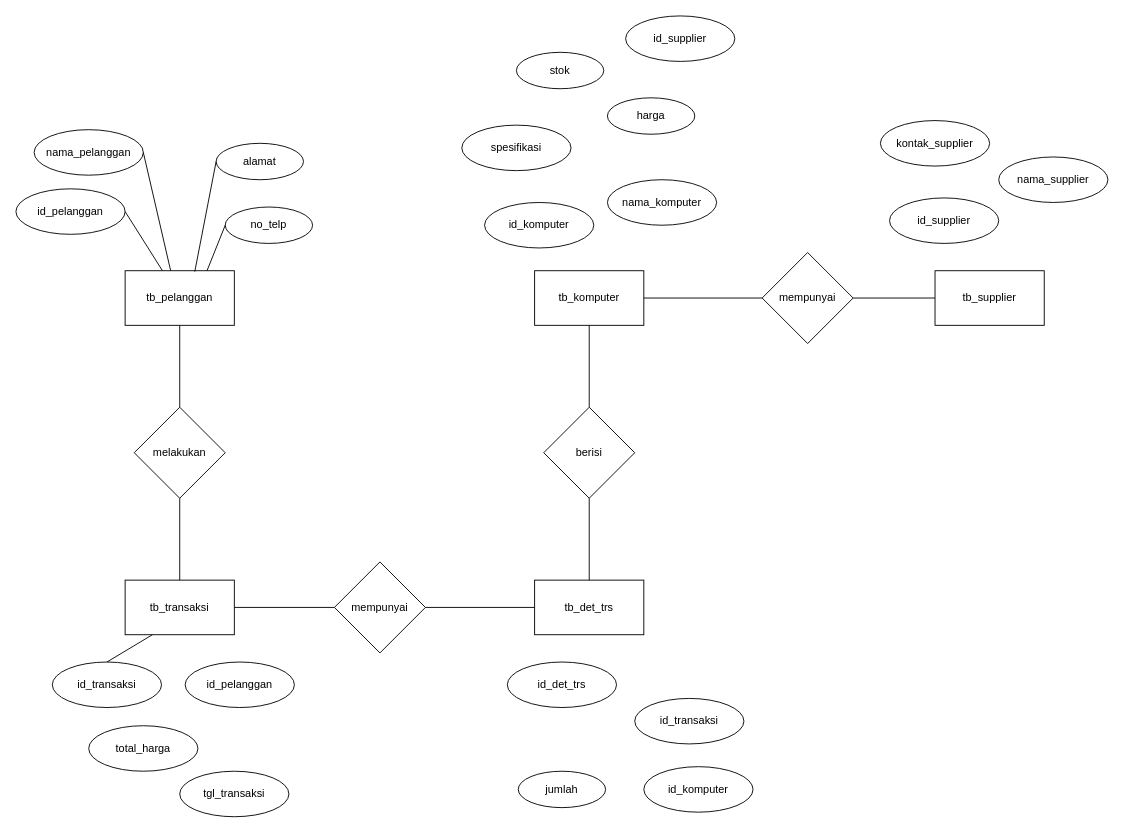
Above: ERD_BaliKomputer.drawio in elikawicaksana/BuildIT_BasisData (draw.io), before the change. Source tidied: cells renumbered, new cells numbered last; positions are measured from the earlier drawing's top-left corner, leaving out a move shared by most shapes. Both pictures are drawn from the tidied source at 91%, with x=0, y=0 at pixel (15, 15).
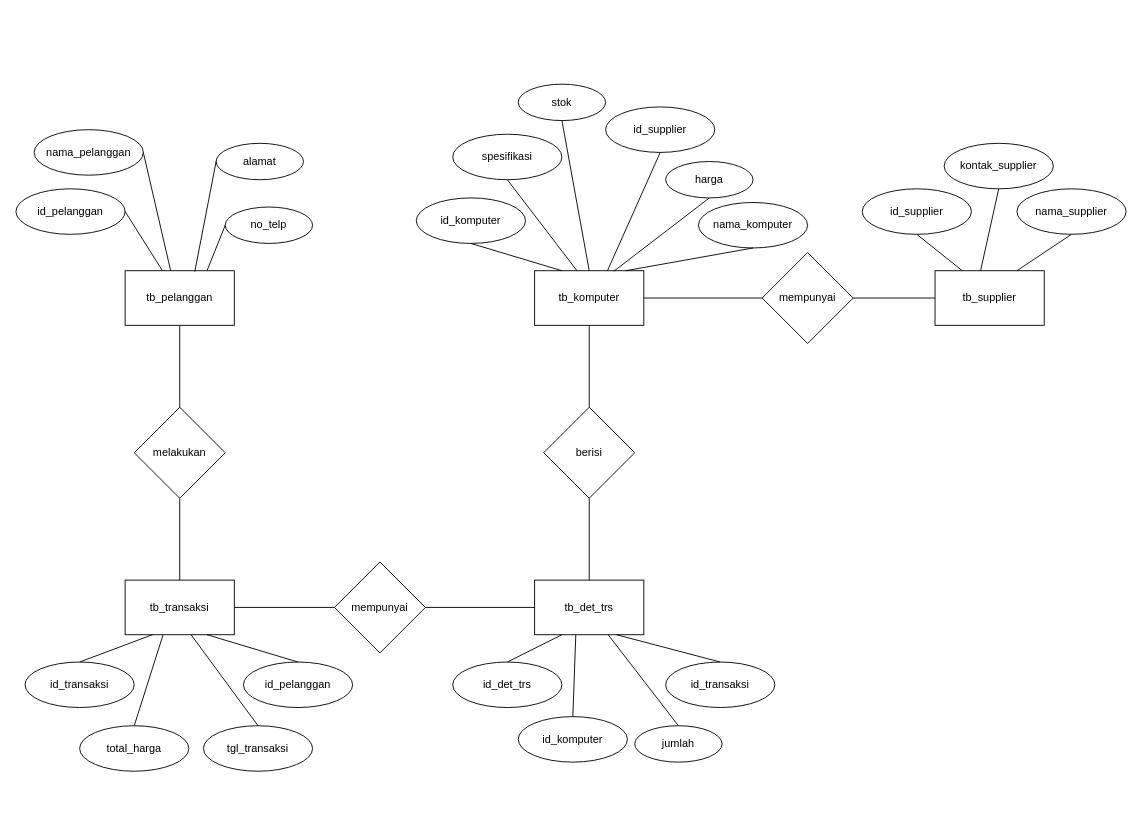
The same diagram, later.

Unchanged cells that the change refers to:
```xml
<mxCell id="3" value="tb_komputer" style="rounded=0;whiteSpace=wrap;html=1;" parent="1" vertex="1">
  <mxGeometry x="570" y="280" width="120" height="60" as="geometry" />
</mxCell>
<mxCell id="4" value="tb_transaksi" style="rounded=0;whiteSpace=wrap;html=1;" parent="1" vertex="1">
  <mxGeometry x="120" y="620" width="120" height="60" as="geometry" />
</mxCell>
<mxCell id="5" value="tb_det_trs" style="rounded=0;whiteSpace=wrap;html=1;" parent="1" vertex="1">
  <mxGeometry x="570" y="620" width="120" height="60" as="geometry" />
</mxCell>
<mxCell id="6" value="tb_supplier" style="rounded=0;whiteSpace=wrap;html=1;" parent="1" vertex="1">
  <mxGeometry x="1010" y="280" width="120" height="60" as="geometry" />
</mxCell>
```

The edit, as a diff of the source:
```diff
@@
     <mxCell id="23" value="id_transaksi" style="ellipse;whiteSpace=wrap;html=1;" parent="1" vertex="1">
-      <mxGeometry x="40" y="710" width="120" height="50" as="geometry" />
+      <mxGeometry x="10" y="710" width="120" height="50" as="geometry" />
     </mxCell>
     <mxCell id="24" value="id_pelanggan" style="ellipse;whiteSpace=wrap;html=1;" parent="1" vertex="1">
-      <mxGeometry x="186" y="710" width="120" height="50" as="geometry" />
+      <mxGeometry x="250" y="710" width="120" height="50" as="geometry" />
     </mxCell>
     <mxCell id="25" value="total_harga" style="ellipse;whiteSpace=wrap;html=1;" parent="1" vertex="1">
-      <mxGeometry x="80" y="780" width="120" height="50" as="geometry" />
+      <mxGeometry x="70" y="780" width="120" height="50" as="geometry" />
     </mxCell>
     <mxCell id="26" value="tgl_transaksi" style="ellipse;whiteSpace=wrap;html=1;" parent="1" vertex="1">
-      <mxGeometry x="180" y="830" width="120" height="50" as="geometry" />
+      <mxGeometry x="206" y="780" width="120" height="50" as="geometry" />
     </mxCell>
     <mxCell id="27" value="id_transaksi" style="ellipse;whiteSpace=wrap;html=1;" parent="1" vertex="1">
-      <mxGeometry x="680" y="750" width="120" height="50" as="geometry" />
+      <mxGeometry x="714" y="710" width="120" height="50" as="geometry" />
     </mxCell>
     <mxCell id="28" value="id_det_trs" style="ellipse;whiteSpace=wrap;html=1;" parent="1" vertex="1">
-      <mxGeometry x="540" y="710" width="120" height="50" as="geometry" />
+      <mxGeometry x="480" y="710" width="120" height="50" as="geometry" />
     </mxCell>
     <mxCell id="29" value="id_komputer" style="ellipse;whiteSpace=wrap;html=1;" parent="1" vertex="1">
-      <mxGeometry x="690" y="825" width="120" height="50" as="geometry" />
+      <mxGeometry x="552" y="770" width="120" height="50" as="geometry" />
     </mxCell>
     <mxCell id="30" value="jumlah" style="ellipse;whiteSpace=wrap;html=1;" parent="1" vertex="1">
-      <mxGeometry x="552" y="830" width="96" height="40" as="geometry" />
+      <mxGeometry x="680" y="780" width="96" height="40" as="geometry" />
     </mxCell>
     <mxCell id="31" value="id_komputer" style="ellipse;whiteSpace=wrap;html=1;" parent="1" vertex="1">
-      <mxGeometry x="515" y="205" width="120" height="50" as="geometry" />
+      <mxGeometry x="440" y="200" width="120" height="50" as="geometry" />
     </mxCell>
     <mxCell id="32" value="nama_komputer" style="ellipse;whiteSpace=wrap;html=1;" parent="1" vertex="1">
-      <mxGeometry x="650" y="180" width="120" height="50" as="geometry" />
+      <mxGeometry x="750" y="205" width="120" height="50" as="geometry" />
     </mxCell>
     <mxCell id="33" value="spesifikasi" style="ellipse;whiteSpace=wrap;html=1;" parent="1" vertex="1">
-      <mxGeometry x="490" y="120" width="120" height="50" as="geometry" />
+      <mxGeometry x="480" y="130" width="120" height="50" as="geometry" />
     </mxCell>
     <mxCell id="34" value="harga" style="ellipse;whiteSpace=wrap;html=1;" parent="1" vertex="1">
-      <mxGeometry x="650" y="90" width="96" height="40" as="geometry" />
+      <mxGeometry x="714" y="160" width="96" height="40" as="geometry" />
     </mxCell>
     <mxCell id="35" value="stok" style="ellipse;whiteSpace=wrap;html=1;" parent="1" vertex="1">
-      <mxGeometry x="550" y="40" width="96" height="40" as="geometry" />
+      <mxGeometry x="552" y="75" width="96" height="40" as="geometry" />
     </mxCell>
     <mxCell id="36" value="id_supplier" style="ellipse;whiteSpace=wrap;html=1;" parent="1" vertex="1">
-      <mxGeometry x="670" width="120" height="50" as="geometry" />
+      <mxGeometry x="648" y="100" width="120" height="50" as="geometry" />
     </mxCell>
     <mxCell id="37" value="id_supplier" style="ellipse;whiteSpace=wrap;html=1;" parent="1" vertex="1">
-      <mxGeometry x="960" y="200" width="120" height="50" as="geometry" />
+      <mxGeometry x="930" y="190" width="120" height="50" as="geometry" />
     </mxCell>
     <mxCell id="38" value="nama_supplier" style="ellipse;whiteSpace=wrap;html=1;" parent="1" vertex="1">
-      <mxGeometry x="1080" y="155" width="120" height="50" as="geometry" />
+      <mxGeometry x="1100" y="190" width="120" height="50" as="geometry" />
     </mxCell>
     <mxCell id="39" value="kontak_supplier" style="ellipse;whiteSpace=wrap;html=1;" parent="1" vertex="1">
-      <mxGeometry x="950" y="115" width="120" height="50" as="geometry" />
+      <mxGeometry x="1020" y="140" width="120" height="50" as="geometry" />
     </mxCell>
@@
+    <mxCell id="45" style="endArrow=none;html=1;rounded=0;exitX=0.5;exitY=0;exitDx=0;exitDy=0;entryX=0.75;entryY=1;entryDx=0;entryDy=0;" parent="1" edge="1" source="24" target="4">
+      <mxGeometry relative="1" as="geometry" />
+    </mxCell>
+    <mxCell id="46" style="endArrow=none;html=1;rounded=0;exitX=0.5;exitY=0;exitDx=0;exitDy=0;entryX=0.347;entryY=1.005;entryDx=0;entryDy=0;entryPerimeter=0;" parent="1" edge="1" source="25" target="4">
+      <mxGeometry relative="1" as="geometry" />
+    </mxCell>
+    <mxCell id="47" style="endArrow=none;html=1;rounded=0;exitX=0.5;exitY=0;exitDx=0;exitDy=0;entryX=0.602;entryY=0.994;entryDx=0;entryDy=0;entryPerimeter=0;" parent="1" edge="1" source="26" target="4">
+      <mxGeometry relative="1" as="geometry" />
+    </mxCell>
+    <mxCell id="48" style="endArrow=none;html=1;rounded=0;exitX=0.5;exitY=0;exitDx=0;exitDy=0;entryX=0.25;entryY=1;entryDx=0;entryDy=0;" parent="1" edge="1" source="28" target="5">
+      <mxGeometry relative="1" as="geometry" />
+    </mxCell>
+    <mxCell id="49" style="endArrow=none;html=1;rounded=0;exitX=0.5;exitY=0;exitDx=0;exitDy=0;entryX=0.75;entryY=1;entryDx=0;entryDy=0;" parent="1" edge="1" source="27" target="5">
+      <mxGeometry relative="1" as="geometry" />
+    </mxCell>
+    <mxCell id="50" style="endArrow=none;html=1;rounded=0;exitX=0.5;exitY=0;exitDx=0;exitDy=0;entryX=0.672;entryY=0.997;entryDx=0;entryDy=0;entryPerimeter=0;" parent="1" edge="1" source="30" target="5">
+      <mxGeometry relative="1" as="geometry" />
+    </mxCell>
+    <mxCell id="51" style="endArrow=none;html=1;rounded=0;exitX=0.5;exitY=0;exitDx=0;exitDy=0;entryX=0.377;entryY=1.004;entryDx=0;entryDy=0;entryPerimeter=0;" parent="1" edge="1" source="29" target="5">
+      <mxGeometry relative="1" as="geometry" />
+    </mxCell>
+    <mxCell id="52" style="endArrow=none;html=1;rounded=0;exitX=0.5;exitY=1;exitDx=0;exitDy=0;entryX=0.25;entryY=0;entryDx=0;entryDy=0;" parent="1" edge="1" source="31" target="3">
+      <mxGeometry relative="1" as="geometry" />
+    </mxCell>
+    <mxCell id="53" style="endArrow=none;html=1;rounded=0;exitX=0.5;exitY=1;exitDx=0;exitDy=0;entryX=0.386;entryY=-0.005;entryDx=0;entryDy=0;entryPerimeter=0;" parent="1" edge="1" source="33" target="3">
+      <mxGeometry relative="1" as="geometry" />
+    </mxCell>
+    <mxCell id="54" style="endArrow=none;html=1;rounded=0;entryX=0.5;entryY=1;entryDx=0;entryDy=0;" parent="1" edge="1" target="32">
+      <mxGeometry relative="1" as="geometry">
+        <mxPoint x="670" y="280" as="sourcePoint" />
+      </mxGeometry>
+    </mxCell>
+    <mxCell id="55" style="endArrow=none;html=1;rounded=0;entryX=0.5;entryY=1;entryDx=0;entryDy=0;exitX=0.726;exitY=0.008;exitDx=0;exitDy=0;exitPerimeter=0;" parent="1" edge="1" source="3" target="34">
+      <mxGeometry relative="1" as="geometry" />
+    </mxCell>
+    <mxCell id="56" style="endArrow=none;html=1;rounded=0;entryX=0.5;entryY=1;entryDx=0;entryDy=0;exitX=0.5;exitY=0;exitDx=0;exitDy=0;" parent="1" edge="1" source="3" target="35">
+      <mxGeometry relative="1" as="geometry" />
+    </mxCell>
+    <mxCell id="57" style="endArrow=none;html=1;rounded=0;entryX=0.5;entryY=1;entryDx=0;entryDy=0;exitX=0.667;exitY=0;exitDx=0;exitDy=0;exitPerimeter=0;" parent="1" edge="1" source="3" target="36">
+      <mxGeometry relative="1" as="geometry" />
+    </mxCell>
+    <mxCell id="58" style="endArrow=none;html=1;rounded=0;entryX=0.5;entryY=1;entryDx=0;entryDy=0;exitX=0.25;exitY=0;exitDx=0;exitDy=0;" parent="1" edge="1" source="6" target="37">
+      <mxGeometry relative="1" as="geometry" />
+    </mxCell>
+    <mxCell id="59" style="endArrow=none;html=1;rounded=0;entryX=0.5;entryY=1;entryDx=0;entryDy=0;exitX=0.417;exitY=0;exitDx=0;exitDy=0;exitPerimeter=0;" parent="1" edge="1" source="6" target="39">
+      <mxGeometry relative="1" as="geometry" />
+    </mxCell>
+    <mxCell id="60" style="endArrow=none;html=1;rounded=0;entryX=0.5;entryY=1;entryDx=0;entryDy=0;exitX=0.75;exitY=0;exitDx=0;exitDy=0;" parent="1" edge="1" source="6" target="38">
+      <mxGeometry relative="1" as="geometry" />
+    </mxCell>
```
